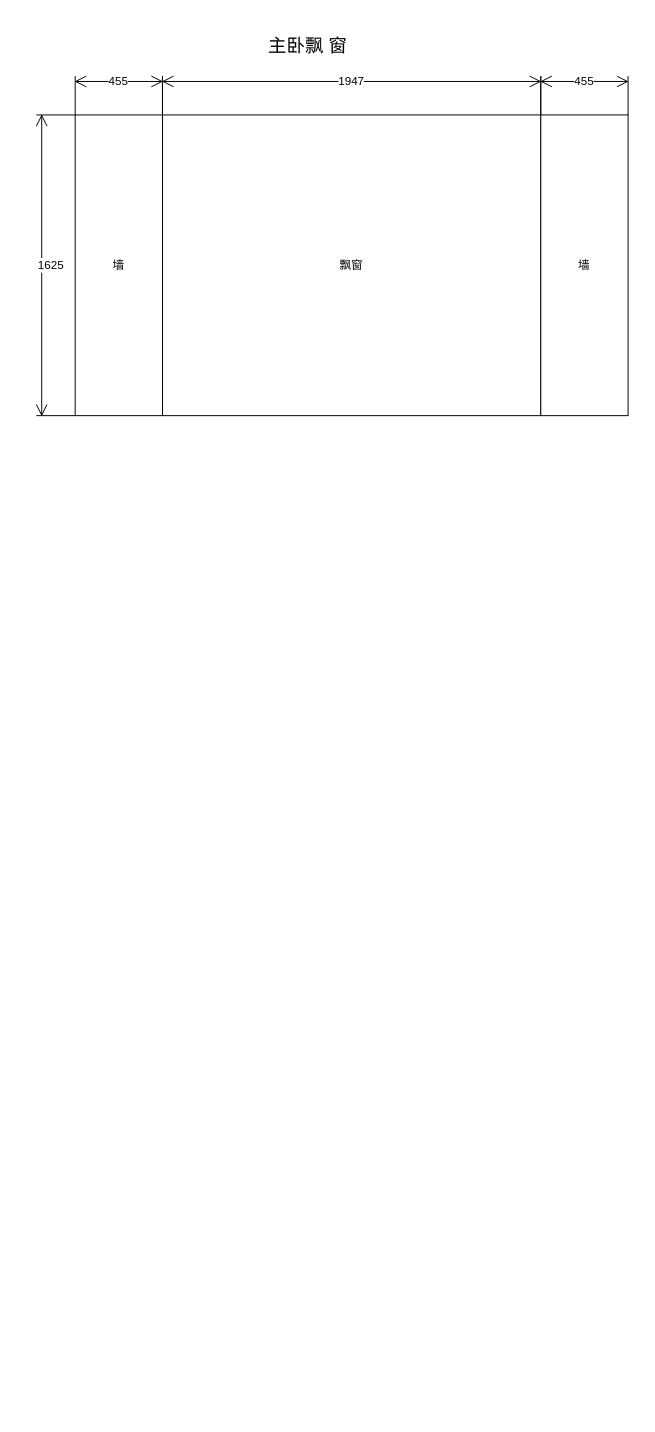
Earlier version of the draw.io diagram 162806_size.drawio (gurenGithub/findImage). Source tidied: cells renumbered, new cells numbered last; positions are measured from the earlier drawing's top-left corner, leaving out a move shared by most shapes. Both pictures are drawn from the tidied source at 97%, with x=0, y=0 at pixel (36, 37).
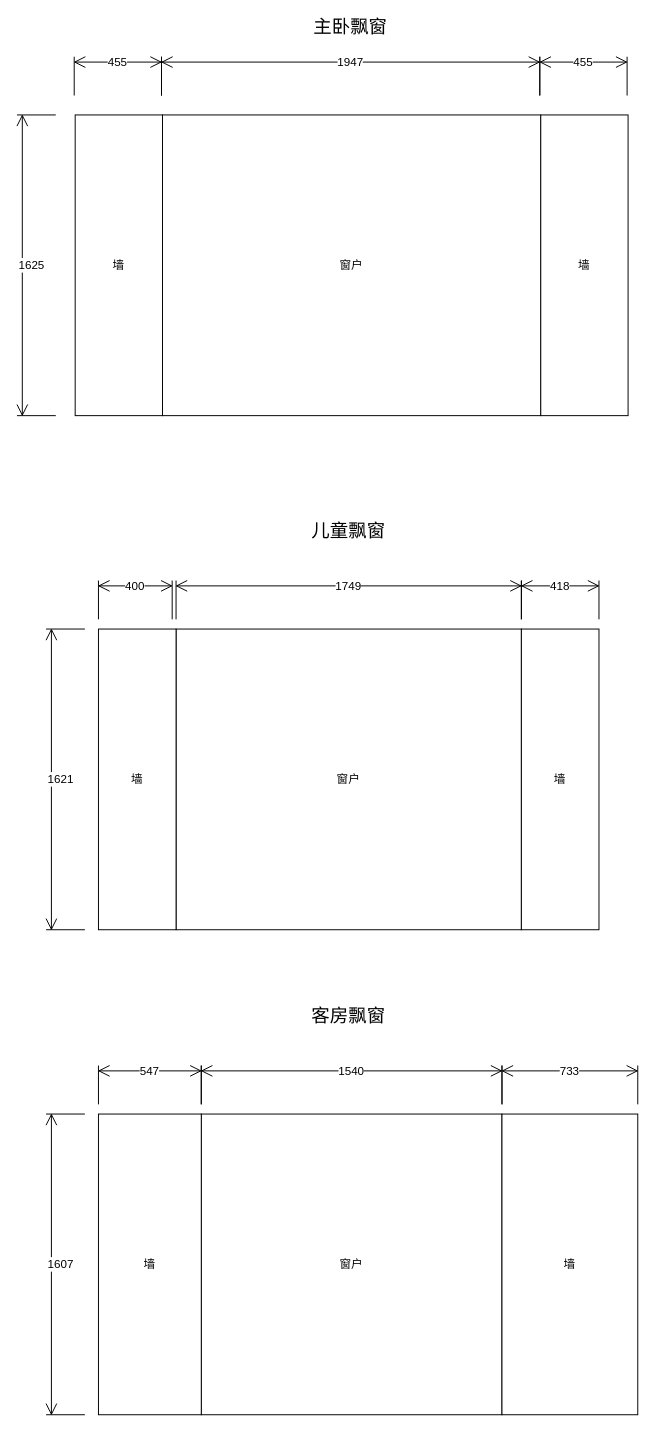
Above is the later version.

Diff of the diagram source:
```diff
@@
-    <mxCell id="2" value="飘窗" style="rounded=0;whiteSpace=wrap;html=1;" parent="1" vertex="1">
+    <mxCell id="2" value="窗户" style="rounded=0;whiteSpace=wrap;html=1;" parent="1" vertex="1">
       <mxGeometry x="130" y="80" width="390" height="310" as="geometry" />
     </mxCell>
@@
     <mxCell id="5" value="1947" style="shape=dimension;direction=west;whiteSpace=wrap;html=1;align=center;verticalAlign=top;spacingTop=-8;labelBackgroundColor=#ffffff;" parent="1" vertex="1">
-      <mxGeometry x="130" y="40" width="390" height="40" as="geometry" />
+      <mxGeometry x="129" y="20" width="390" height="40" as="geometry" />
     </mxCell>
     <mxCell id="6" value="455" style="shape=dimension;direction=west;whiteSpace=wrap;html=1;align=center;verticalAlign=top;spacingTop=-8;labelBackgroundColor=#ffffff;" parent="1" vertex="1">
-      <mxGeometry x="40" y="40" width="90" height="40" as="geometry" />
+      <mxGeometry x="39" y="20" width="90" height="40" as="geometry" />
     </mxCell>
     <mxCell id="7" value="455" style="shape=dimension;direction=west;whiteSpace=wrap;html=1;align=center;verticalAlign=top;spacingTop=-8;labelBackgroundColor=#ffffff;" parent="1" vertex="1">
-      <mxGeometry x="520" y="40" width="90" height="40" as="geometry" />
+      <mxGeometry x="519" y="20" width="90" height="40" as="geometry" />
     </mxCell>
     <mxCell id="8" value="1625" style="shape=dimension;direction=south;whiteSpace=wrap;html=1;align=left;verticalAlign=middle;labelBackgroundColor=#ffffff;" parent="1" vertex="1">
-      <mxGeometry y="80" width="40" height="310" as="geometry" />
+      <mxGeometry x="-20" y="80" width="40" height="310" as="geometry" />
     </mxCell>
-    <mxCell id="9" value="&lt;font style=&quot;font-size: 19px&quot;&gt;主卧飘 窗&lt;/font&gt;" style="text;html=1;strokeColor=none;fillColor=none;align=center;verticalAlign=middle;whiteSpace=wrap;rounded=0;" parent="1" vertex="1">
-      <mxGeometry x="220" width="120" height="20" as="geometry" />
+    <mxCell id="9" value="&lt;font style=&quot;font-size: 19px&quot;&gt;主卧飘窗&lt;/font&gt;" style="text;html=1;strokeColor=none;fillColor=none;align=center;verticalAlign=middle;whiteSpace=wrap;rounded=0;" parent="1" vertex="1">
+      <mxGeometry x="264" y="-20" width="120" height="20" as="geometry" />
     </mxCell>
+    <mxCell id="10" value="窗户" style="rounded=0;whiteSpace=wrap;html=1;" parent="1" vertex="1">
+      <mxGeometry x="144" y="610" width="356" height="310" as="geometry" />
+    </mxCell>
+    <mxCell id="11" value="墙" style="rounded=0;whiteSpace=wrap;html=1;" parent="1" vertex="1">
+      <mxGeometry x="64" y="610" width="80" height="310" as="geometry" />
+    </mxCell>
+    <mxCell id="12" value="墙" style="rounded=0;whiteSpace=wrap;html=1;" parent="1" vertex="1">
+      <mxGeometry x="500" y="610" width="80" height="310" as="geometry" />
+    </mxCell>
+    <mxCell id="13" value="1749" style="shape=dimension;direction=west;whiteSpace=wrap;html=1;align=center;verticalAlign=top;spacingTop=-8;labelBackgroundColor=#ffffff;" parent="1" vertex="1">
+      <mxGeometry x="144" y="560" width="356" height="40" as="geometry" />
+    </mxCell>
+    <mxCell id="14" value="400" style="shape=dimension;direction=west;whiteSpace=wrap;html=1;align=center;verticalAlign=top;spacingTop=-8;labelBackgroundColor=#ffffff;" parent="1" vertex="1">
+      <mxGeometry x="64" y="560" width="76" height="40" as="geometry" />
+    </mxCell>
+    <mxCell id="15" value="418" style="shape=dimension;direction=west;whiteSpace=wrap;html=1;align=center;verticalAlign=top;spacingTop=-8;labelBackgroundColor=#ffffff;" parent="1" vertex="1">
+      <mxGeometry x="500" y="560" width="80" height="40" as="geometry" />
+    </mxCell>
+    <mxCell id="16" value="1621" style="shape=dimension;direction=south;whiteSpace=wrap;html=1;align=left;verticalAlign=middle;labelBackgroundColor=#ffffff;" parent="1" vertex="1">
+      <mxGeometry x="10" y="610" width="40" height="310" as="geometry" />
+    </mxCell>
+    <mxCell id="17" value="&lt;font style=&quot;font-size: 19px&quot;&gt;儿童飘窗&lt;/font&gt;" style="text;html=1;strokeColor=none;fillColor=none;align=center;verticalAlign=middle;whiteSpace=wrap;rounded=0;" parent="1" vertex="1">
+      <mxGeometry x="262" y="500" width="120" height="20" as="geometry" />
+    </mxCell>
+    <mxCell id="18" value="窗户" style="rounded=0;whiteSpace=wrap;html=1;" parent="1" vertex="1">
+      <mxGeometry x="170" y="1110" width="310" height="310" as="geometry" />
+    </mxCell>
+    <mxCell id="19" value="墙" style="rounded=0;whiteSpace=wrap;html=1;" parent="1" vertex="1">
+      <mxGeometry x="64" y="1110" width="106" height="310" as="geometry" />
+    </mxCell>
+    <mxCell id="20" value="墙" style="rounded=0;whiteSpace=wrap;html=1;" parent="1" vertex="1">
+      <mxGeometry x="480" y="1110" width="140" height="310" as="geometry" />
+    </mxCell>
+    <mxCell id="21" value="1540" style="shape=dimension;direction=west;whiteSpace=wrap;html=1;align=center;verticalAlign=top;spacingTop=-8;labelBackgroundColor=#ffffff;" parent="1" vertex="1">
+      <mxGeometry x="170" y="1060" width="310" height="40" as="geometry" />
+    </mxCell>
+    <mxCell id="22" value="547" style="shape=dimension;direction=west;whiteSpace=wrap;html=1;align=center;verticalAlign=top;spacingTop=-8;labelBackgroundColor=#ffffff;" parent="1" vertex="1">
+      <mxGeometry x="64" y="1060" width="106" height="40" as="geometry" />
+    </mxCell>
+    <mxCell id="23" value="733" style="shape=dimension;direction=west;whiteSpace=wrap;html=1;align=center;verticalAlign=top;spacingTop=-8;labelBackgroundColor=#ffffff;" parent="1" vertex="1">
+      <mxGeometry x="480" y="1060" width="140" height="40" as="geometry" />
+    </mxCell>
+    <mxCell id="24" value="1607" style="shape=dimension;direction=south;whiteSpace=wrap;html=1;align=left;verticalAlign=middle;labelBackgroundColor=#ffffff;" parent="1" vertex="1">
+      <mxGeometry x="10" y="1110" width="40" height="310" as="geometry" />
+    </mxCell>
+    <mxCell id="25" value="&lt;font style=&quot;font-size: 19px&quot;&gt;客房飘窗&lt;/font&gt;" style="text;html=1;strokeColor=none;fillColor=none;align=center;verticalAlign=middle;whiteSpace=wrap;rounded=0;" parent="1" vertex="1">
+      <mxGeometry x="262" y="1000" width="120" height="20" as="geometry" />
+    </mxCell>
```
